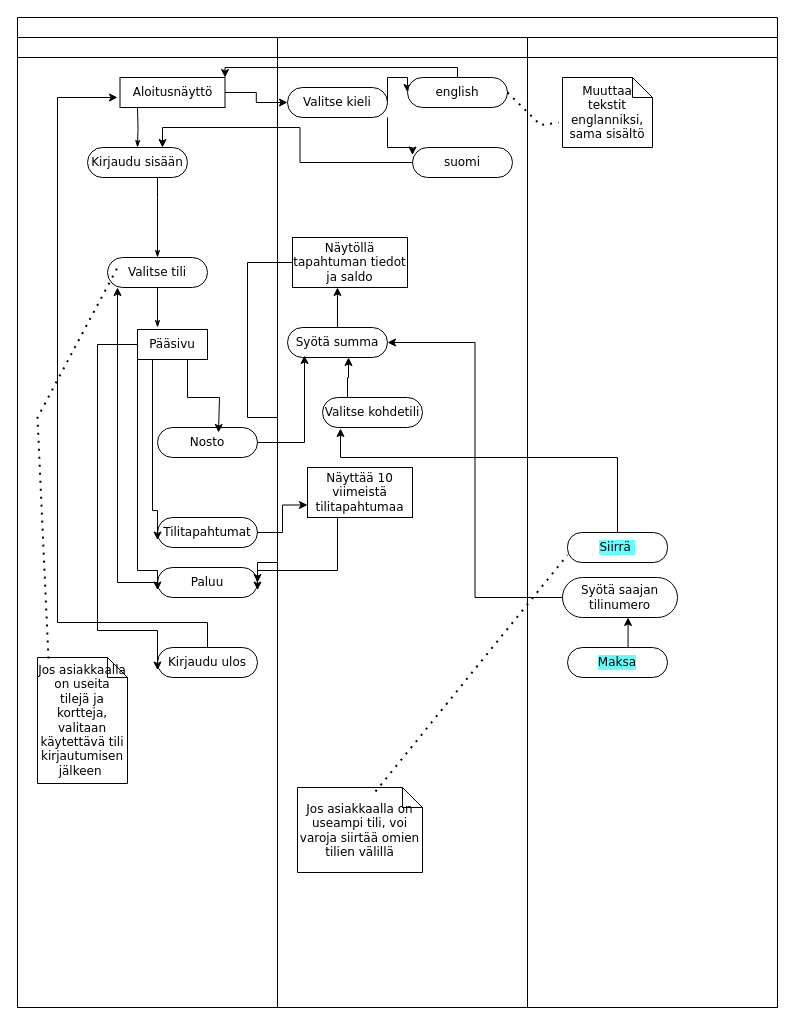
Earlier version of the draw.io diagram Nimetön kaavio.drawio (TeAWallin/Olio). Source tidied: cells renumbered, new cells numbered last; positions are measured from the earlier drawing's top-left corner, leaving out a move shared by most shapes. Both pictures are drawn from the tidied source at 100%, with x=0, y=0 at pixel (17, 17).
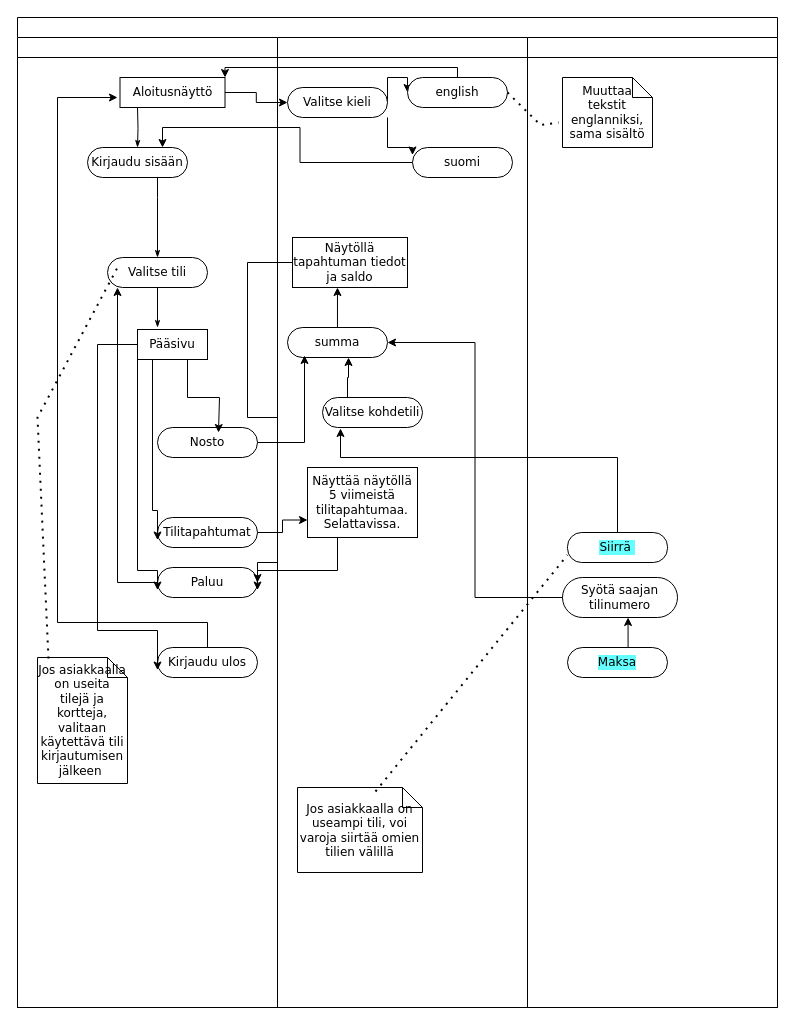
After the change.

The change refers to these unchanged cells:
```xml
<mxCell id="24" style="swimlane;html=1;startSize=20;" parent="2" vertex="1">
  <mxGeometry x="260" y="20" width="250" height="970" as="geometry" />
</mxCell>
```

Diff of the diagram source:
```diff
@@
-    <mxCell id="25" value="Syötä summa" style="rounded=1;whiteSpace=wrap;html=1;shadow=0;comic=0;labelBackgroundColor=none;strokeWidth=1;fontFamily=Verdana;fontSize=12;align=center;arcSize=50;" parent="24" vertex="1">
+    <mxCell id="25" value="summa" style="rounded=1;whiteSpace=wrap;html=1;shadow=0;comic=0;labelBackgroundColor=none;strokeWidth=1;fontFamily=Verdana;fontSize=12;align=center;arcSize=50;" parent="24" vertex="1">
       <mxGeometry x="10" y="290" width="100" height="30" as="geometry" />
     </mxCell>
-    <mxCell id="26" value="Näyttää 10 viimeistä tilitapahtumaa" style="rounded=0;whiteSpace=wrap;html=1;shadow=0;comic=0;labelBackgroundColor=none;strokeWidth=1;fontFamily=Verdana;fontSize=12;align=center;arcSize=50;" parent="24" vertex="1">
-      <mxGeometry x="30" y="430" width="105" height="50" as="geometry" />
+    <mxCell id="26" value="Näyttää näytöllä 5 viimeistä tilitapahtumaa. Selattavissa." style="rounded=0;whiteSpace=wrap;html=1;shadow=0;comic=0;labelBackgroundColor=none;strokeWidth=1;fontFamily=Verdana;fontSize=12;align=center;arcSize=50;" parent="24" vertex="1">
+      <mxGeometry x="30" y="430" width="110" height="70" as="geometry" />
     </mxCell>
```
